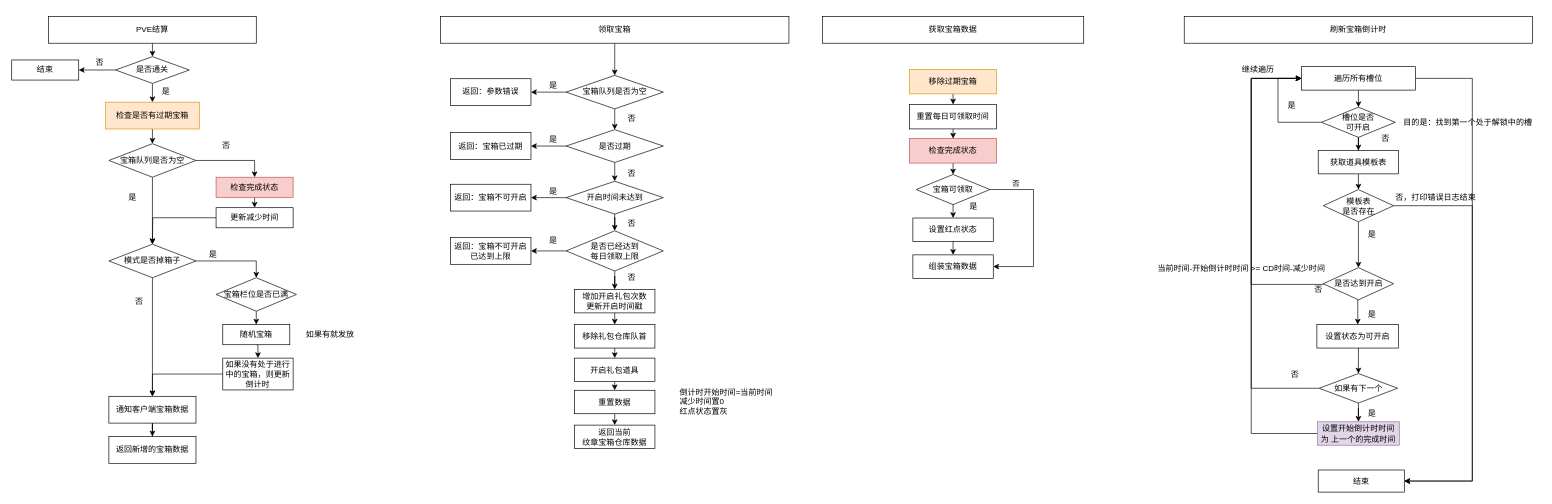
Earlier version of the draw.io diagram SSJJ2/SS2星耀纹章.drawio (Ordertiny/graph). Source tidied: cells renumbered, new cells numbered last; positions are measured from the earlier drawing's top-left corner, leaving out a move shared by most shapes. Both pictures are drawn from the tidied source at 67%, with x=0, y=0 at pixel (11, 16).
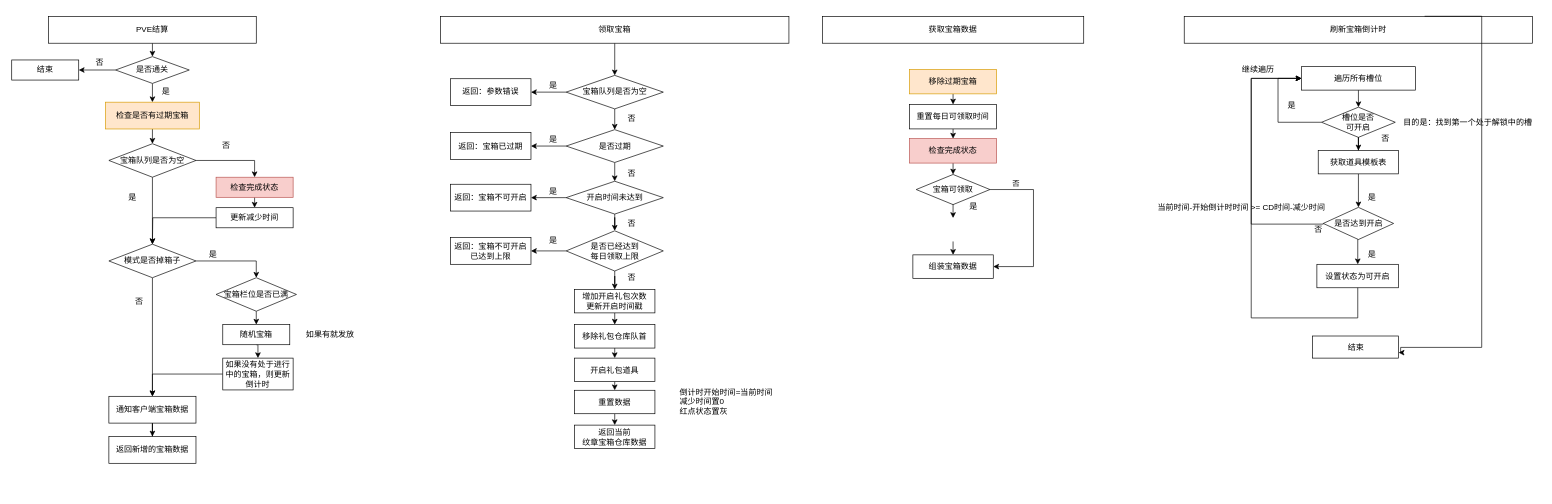
Above is the later version.

Commit message:
更新SS2星耀纹章.drawio

Unchanged cells that the change refers to:
```xml
<mxCell id="80" value="组装宝箱数据" style="rounded=0;whiteSpace=wrap;html=1;" parent="1" vertex="1">
  <mxGeometry x="1345" y="355.9" width="120" height="35" as="geometry" />
</mxCell>
<mxCell id="89" value="遍历所有槽位" style="rounded=0;whiteSpace=wrap;html=1;" parent="1" vertex="1">
  <mxGeometry x="1925" y="75" width="170" height="35" as="geometry" />
</mxCell>
<mxCell id="94" value="获取道具模板表" style="rounded=0;whiteSpace=wrap;html=1;" parent="1" vertex="1">
  <mxGeometry x="1950" y="200" width="120" height="35" as="geometry" />
</mxCell>
```

Diff of the diagram source:
```diff
@@
-    <mxCell id="74" style="edgeStyle=orthogonalEdgeStyle;rounded=0;jettySize=auto;html=1;exitX=0.5;exitY=1;exitDx=0;exitDy=0;entryX=0.5;entryY=0;entryDx=0;entryDy=0;" parent="1" edge="1" target="79">
+    <mxCell id="74" style="edgeStyle=orthogonalEdgeStyle;rounded=0;orthogonalLoop=1;jettySize=auto;html=1;exitX=0.5;exitY=1;exitDx=0;exitDy=0;entryX=0.5;entryY=0;entryDx=0;entryDy=0;" parent="1" edge="1">
       <mxGeometry relative="1" as="geometry">
         <mxPoint x="1405" y="265.9" as="sourcePoint" />
+        <mxPoint x="1405" y="300.9" as="targetPoint" />
       </mxGeometry>
     </mxCell>
@@
-    <mxCell id="78" style="edgeStyle=orthogonalEdgeStyle;rounded=0;jettySize=auto;html=1;exitX=0.5;exitY=1;exitDx=0;exitDy=0;entryX=0.5;entryY=0;entryDx=0;entryDy=0;" parent="1" edge="1" source="79" target="80">
-      <mxGeometry relative="1" as="geometry" />
+    <mxCell id="78" style="edgeStyle=orthogonalEdgeStyle;rounded=0;jettySize=auto;html=1;exitX=0.5;exitY=1;exitDx=0;exitDy=0;entryX=0.5;entryY=0;entryDx=0;entryDy=0;" parent="1" edge="1" target="80">
+      <mxGeometry relative="1" as="geometry">
+        <mxPoint x="1405" y="335.9" as="sourcePoint" />
+      </mxGeometry>
     </mxCell>
-    <mxCell id="79" value="设置红点状态" style="rounded=0;whiteSpace=wrap;html=1;" parent="1" vertex="1">
-      <mxGeometry x="1345" y="300.9" width="120" height="35" as="geometry" />
-    </mxCell>
@@
-    <mxCell id="88" style="edgeStyle=orthogonalEdgeStyle;rounded=0;jettySize=auto;html=1;entryX=1;entryY=0.5;entryDx=0;entryDy=0;" parent="1" edge="1" source="89" target="111">
+    <mxCell id="88" style="edgeStyle=orthogonalEdgeStyle;rounded=0;jettySize=auto;html=1;entryX=1;entryY=0.75;entryDx=0;entryDy=0;" parent="1" edge="1" target="111">
       <mxGeometry relative="1" as="geometry">
+        <mxPoint x="2108.8" y="-0.2" as="sourcePoint" />
         <Array as="points">
-          <mxPoint x="2180" y="93" />
-          <mxPoint x="2180" y="694" />
+          <mxPoint x="2194" />
+          <mxPoint x="2194" y="494" />
+          <mxPoint x="2073" y="494" />
+          <mxPoint x="2073" y="502" />
         </Array>
       </mxGeometry>
     </mxCell>
@@
-    <mxCell id="93" style="edgeStyle=orthogonalEdgeStyle;rounded=0;jettySize=auto;html=1;exitX=0.5;exitY=1;exitDx=0;exitDy=0;entryX=0.5;entryY=0;entryDx=0;entryDy=0;" parent="1" edge="1" source="94" target="97">
-      <mxGeometry relative="1" as="geometry" />
-    </mxCell>
+    <mxCell id="122" style="edgeStyle=orthogonalEdgeStyle;rounded=0;jettySize=auto;html=1;exitX=0.5;exitY=1;exitDx=0;exitDy=0;entryX=0.5;entryY=0;entryDx=0;entryDy=0;" parent="1" edge="1" source="94" target="100">
+      <mxGeometry relative="1" as="geometry" />
+    </mxCell>
@@
-    <mxCell id="95" style="edgeStyle=orthogonalEdgeStyle;rounded=0;jettySize=auto;html=1;exitX=0.5;exitY=1;exitDx=0;exitDy=0;" parent="1" edge="1" source="97" target="100">
-      <mxGeometry relative="1" as="geometry">
-        <Array as="points">
-          <mxPoint x="2010" y="380" />
-          <mxPoint x="2010" y="380" />
-        </Array>
-      </mxGeometry>
-    </mxCell>
-    <mxCell id="96" style="edgeStyle=orthogonalEdgeStyle;rounded=0;jettySize=auto;html=1;exitX=1;exitY=0.5;exitDx=0;exitDy=0;entryX=1;entryY=0.5;entryDx=0;entryDy=0;" parent="1" edge="1" source="97" target="111">
-      <mxGeometry relative="1" as="geometry">
-        <Array as="points">
-          <mxPoint x="2180" y="283" />
-          <mxPoint x="2180" y="694" />
-        </Array>
-      </mxGeometry>
-    </mxCell>
-    <mxCell id="97" value="模板表&lt;div&gt;是否存在&lt;/div&gt;" style="rhombus;whiteSpace=wrap;html=1;" parent="1" vertex="1">
-      <mxGeometry x="1957.5" y="258.5" width="105" height="48" as="geometry" />
-    </mxCell>
@@
     <mxCell id="99" style="edgeStyle=orthogonalEdgeStyle;rounded=0;jettySize=auto;html=1;exitX=0;exitY=0.5;exitDx=0;exitDy=0;entryX=0;entryY=0.5;entryDx=0;entryDy=0;" parent="1" edge="1" source="100" target="89">
       <mxGeometry relative="1" as="geometry">
         <Array as="points">
-          <mxPoint x="1958" y="400" />
-          <mxPoint x="1850" y="400" />
+          <mxPoint x="1850" y="310" />
           <mxPoint x="1850" y="93" />
         </Array>
       </mxGeometry>
     </mxCell>
     <mxCell id="100" value="是否达到开启" style="rhombus;whiteSpace=wrap;html=1;" parent="1" vertex="1">
-      <mxGeometry x="1957.5" y="375" width="105" height="48" as="geometry" />
+      <mxGeometry x="1957.5" y="285" width="105" height="48" as="geometry" />
     </mxCell>
-    <mxCell id="101" style="edgeStyle=orthogonalEdgeStyle;rounded=0;jettySize=auto;html=1;exitX=0.5;exitY=1;exitDx=0;exitDy=0;entryX=0.5;entryY=0;entryDx=0;entryDy=0;" parent="1" edge="1" source="102" target="105">
-      <mxGeometry relative="1" as="geometry" />
-    </mxCell>
     <mxCell id="102" value="设置状态为可开启" style="rounded=0;whiteSpace=wrap;html=1;" parent="1" vertex="1">
-      <mxGeometry x="1948" y="460" width="122" height="35" as="geometry" />
+      <mxGeometry x="1948" y="370" width="122" height="35" as="geometry" />
     </mxCell>
-    <mxCell id="103" style="edgeStyle=orthogonalEdgeStyle;rounded=0;jettySize=auto;html=1;exitX=0.5;exitY=1;exitDx=0;exitDy=0;" parent="1" edge="1" source="105" target="107">
-      <mxGeometry relative="1" as="geometry" />
-    </mxCell>
-    <mxCell id="104" style="edgeStyle=orthogonalEdgeStyle;rounded=0;jettySize=auto;html=1;exitX=0;exitY=0.5;exitDx=0;exitDy=0;entryX=0;entryY=0.5;entryDx=0;entryDy=0;" parent="1" edge="1" source="105" target="89">
+    <mxCell id="104" style="edgeStyle=orthogonalEdgeStyle;rounded=0;jettySize=auto;html=1;exitX=0.5;exitY=1;exitDx=0;exitDy=0;entryX=0;entryY=0.5;entryDx=0;entryDy=0;" parent="1" edge="1" source="102" target="89">
       <mxGeometry relative="1" as="geometry">
         <Array as="points">
-          <mxPoint x="1850" y="555" />
+          <mxPoint x="2009" y="450" />
+          <mxPoint x="1850" y="450" />
           <mxPoint x="1850" y="93" />
         </Array>
       </mxGeometry>
     </mxCell>
-    <mxCell id="105" value="如果有下一个" style="rhombus;whiteSpace=wrap;html=1;" parent="1" vertex="1">
-      <mxGeometry x="1951.5" y="533" width="117" height="44" as="geometry" />
-    </mxCell>
-    <mxCell id="106" style="edgeStyle=orthogonalEdgeStyle;rounded=0;jettySize=auto;html=1;entryX=0;entryY=0.5;entryDx=0;entryDy=0;" parent="1" edge="1" source="107" target="89">
-      <mxGeometry relative="1" as="geometry">
-        <Array as="points">
-          <mxPoint x="1850" y="623" />
-          <mxPoint x="1850" y="93" />
-        </Array>
-      </mxGeometry>
-    </mxCell>
-    <mxCell id="107" value="设置开始倒计时时间&lt;div&gt;为 上一个的完成时间&lt;/div&gt;" style="rounded=0;whiteSpace=wrap;html=1;fillColor=#e1d5e7;strokeColor=#9673a6;" parent="1" vertex="1">
-      <mxGeometry x="1949" y="605" width="122" height="35" as="geometry" />
-    </mxCell>
@@
     <mxCell id="111" value="结束" style="whiteSpace=wrap;html=1;" parent="1" vertex="1">
-      <mxGeometry x="1950" y="677" width="128.5" height="33" as="geometry" />
+      <mxGeometry x="1941.5" y="477" width="128.5" height="33" as="geometry" />
     </mxCell>
-    <mxCell id="112" value="否，打印错误日志结束" style="text;html=1;align=center;verticalAlign=middle;strokeColor=none;fillColor=none;" parent="1" vertex="1">
-      <mxGeometry x="2055" y="255.5" width="140" height="30" as="geometry" />
-    </mxCell>
     <mxCell id="113" value="是" style="text;html=1;align=center;verticalAlign=middle;strokeColor=none;fillColor=none;" parent="1" vertex="1">
-      <mxGeometry x="2010" y="310" width="40" height="30" as="geometry" />
+      <mxGeometry x="2010" y="255" width="40" height="30" as="geometry" />
     </mxCell>
     <mxCell id="114" value="是" style="text;html=1;align=center;verticalAlign=middle;strokeColor=none;fillColor=none;" parent="1" vertex="1">
-      <mxGeometry x="2010" y="430" width="40" height="30" as="geometry" />
+      <mxGeometry x="2010" y="340" width="40" height="30" as="geometry" />
     </mxCell>
-    <mxCell id="115" value="是" style="text;html=1;align=center;verticalAlign=middle;strokeColor=none;fillColor=none;" parent="1" vertex="1">
-      <mxGeometry x="2010" y="578" width="40" height="30" as="geometry" />
-    </mxCell>
     <mxCell id="116" value="当前时间-开始倒计时时间 &amp;gt;= CD时间-减少时间" style="text;html=1;align=center;verticalAlign=middle;strokeColor=none;fillColor=none;" parent="1" vertex="1">
-      <mxGeometry x="1700" y="360.9" width="270" height="30" as="geometry" />
+      <mxGeometry x="1700" y="270.9" width="270" height="30" as="geometry" />
     </mxCell>
@@
     <mxCell id="120" value="否" style="text;html=1;align=center;verticalAlign=middle;strokeColor=none;fillColor=none;" parent="1" vertex="1">
-      <mxGeometry x="1930" y="393" width="40" height="30" as="geometry" />
+      <mxGeometry x="1930" y="303" width="40" height="30" as="geometry" />
     </mxCell>
-    <mxCell id="121" value="否" style="text;html=1;align=center;verticalAlign=middle;strokeColor=none;fillColor=none;" parent="1" vertex="1">
-      <mxGeometry x="1895" y="518.8" width="40" height="30" as="geometry" />
-    </mxCell>
```
